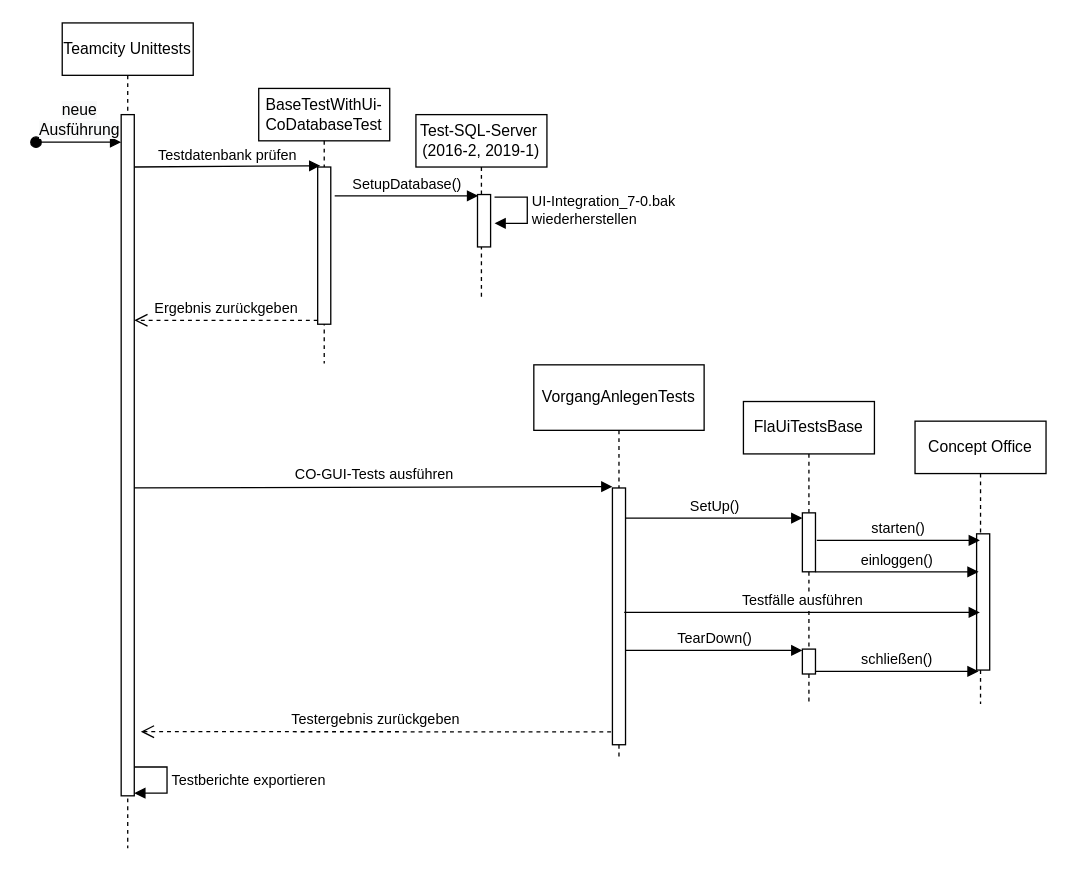
Earlier version of the draw.io diagram page "Sequendiagram" (2 of 2) of testclass diagram.drawio (tuannguyenvn/DrawIO). Source tidied: cells renumbered, new cells numbered last; positions are measured from the earlier drawing's top-left corner, leaving out a move shared by most shapes. Both pictures are drawn from the tidied source at 131%, with x=0, y=0 at pixel (35, 22).
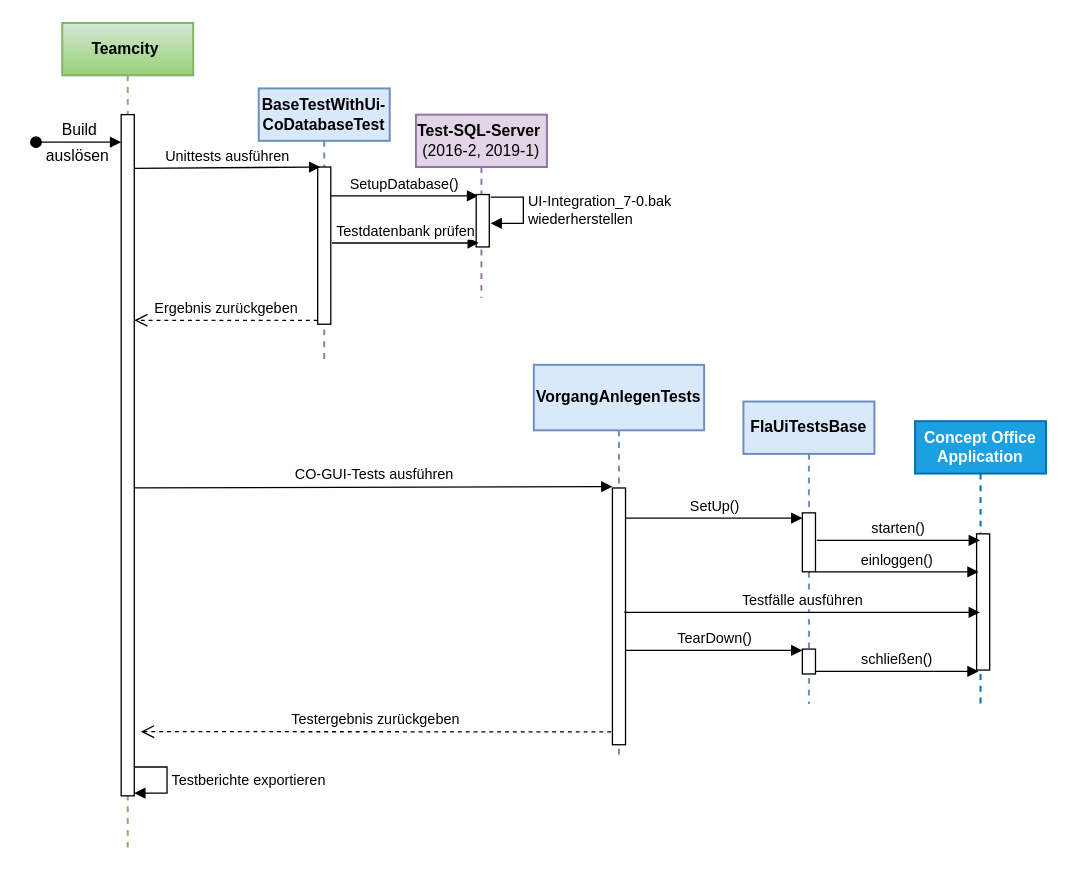
After the change.

Unchanged cells that the change refers to:
```xml
<mxCell id="14" style="html=1;points=[];perimeter=orthogonalPerimeter;" parent="13" vertex="1">
  <mxGeometry x="45" y="60" width="10" height="120" as="geometry" />
</mxCell>
```

The edit, as a diff of the source:
```diff
@@
-    <mxCell id="2" value="Concept Office" style="shape=umlLifeline;perimeter=lifelinePerimeter;whiteSpace=wrap;html=1;" parent="1" vertex="1">
+    <mxCell id="2" value="Concept Office&lt;br&gt;Application" style="shape=umlLifeline;perimeter=lifelinePerimeter;whiteSpace=wrap;html=1;fillColor=#1ba1e2;strokeColor=#006EAF;fontColor=#ffffff;strokeWidth=1.5;fontStyle=1;" parent="1" vertex="1">
       <mxGeometry x="671" y="304" width="100" height="216" as="geometry" />
     </mxCell>
@@
-    <mxCell id="4" value="&lt;span&gt;FlaUiTestsBase&lt;/span&gt;" style="shape=umlLifeline;perimeter=lifelinePerimeter;whiteSpace=wrap;html=1;" parent="1" vertex="1">
+    <mxCell id="4" value="&lt;span&gt;FlaUiTestsBase&lt;/span&gt;" style="shape=umlLifeline;perimeter=lifelinePerimeter;whiteSpace=wrap;html=1;fillColor=#dae8fc;strokeColor=#6c8ebf;strokeWidth=1.5;fontStyle=1;" parent="1" vertex="1">
       <mxGeometry x="540" y="289" width="100" height="231" as="geometry" />
     </mxCell>
@@
-    <mxCell id="8" value="&lt;span&gt;VorgangAnlegenTests&lt;/span&gt;" style="shape=umlLifeline;perimeter=lifelinePerimeter;whiteSpace=wrap;html=1;size=50;" parent="1" vertex="1">
+    <mxCell id="8" value="&lt;span&gt;VorgangAnlegenTests&lt;/span&gt;" style="shape=umlLifeline;perimeter=lifelinePerimeter;whiteSpace=wrap;html=1;size=50;fillColor=#dae8fc;strokeColor=#6c8ebf;strokeWidth=1.5;fontStyle=1;" parent="1" vertex="1">
       <mxGeometry x="380" y="261" width="130" height="300" as="geometry" />
     </mxCell>
@@
-    <mxCell id="10" value="Teamcity Unittests" style="shape=umlLifeline;perimeter=lifelinePerimeter;whiteSpace=wrap;html=1;" parent="1" vertex="1">
+    <mxCell id="10" value="Teamcity&amp;nbsp;" style="shape=umlLifeline;perimeter=lifelinePerimeter;whiteSpace=wrap;html=1;fillColor=#d5e8d4;gradientColor=#97d077;strokeColor=#82b366;strokeWidth=1.5;fontStyle=1;" parent="1" vertex="1">
       <mxGeometry x="20" width="100" height="630" as="geometry" />
     </mxCell>
@@
+    <mxCell id="29" value="auslösen" style="text;html=1;strokeColor=none;fillColor=none;align=center;verticalAlign=middle;whiteSpace=wrap;rounded=0;sketch=0;" parent="10" vertex="1">
+      <mxGeometry x="-18" y="87" width="60" height="30" as="geometry" />
+    </mxCell>
-    <mxCell id="13" value="BaseTestWithUi-CoDatabaseTest" style="shape=umlLifeline;perimeter=lifelinePerimeter;whiteSpace=wrap;html=1;" parent="1" vertex="1">
+    <mxCell id="13" value="BaseTestWithUi-CoDatabaseTest" style="shape=umlLifeline;perimeter=lifelinePerimeter;whiteSpace=wrap;html=1;fillColor=#dae8fc;strokeColor=#6c8ebf;strokeWidth=1.5;fontStyle=1;" parent="1" vertex="1">
       <mxGeometry x="170" y="50" width="100" height="210" as="geometry" />
     </mxCell>
@@
     <mxCell id="15" value="SetupDatabase()" style="html=1;verticalAlign=bottom;endArrow=block;rounded=0;" parent="13" edge="1">
       <mxGeometry relative="1" as="geometry">
-        <mxPoint x="58" y="82" as="sourcePoint" />
+        <mxPoint x="55" y="82" as="sourcePoint" />
         <mxPoint x="167.5" y="82" as="targetPoint" />
       </mxGeometry>
     </mxCell>
-    <mxCell id="16" value="Test-SQL-Server&amp;nbsp;&lt;br&gt;(2016-2, 2019-1)" style="shape=umlLifeline;perimeter=lifelinePerimeter;whiteSpace=wrap;html=1;" parent="1" vertex="1">
+    <mxCell id="16" value="&lt;b&gt;Test-SQL-Server&lt;/b&gt;&amp;nbsp;&lt;br&gt;(2016-2, 2019-1)" style="shape=umlLifeline;perimeter=lifelinePerimeter;whiteSpace=wrap;html=1;fillColor=#e1d5e7;strokeColor=#9673a6;strokeWidth=1.5;" parent="1" vertex="1">
       <mxGeometry x="290" y="70" width="100" height="140" as="geometry" />
     </mxCell>
     <mxCell id="17" style="html=1;perimeter=orthogonalPerimeter;" parent="16" vertex="1">
-      <mxGeometry x="47" y="61" width="10" height="40" as="geometry" />
+      <mxGeometry x="46" y="61" width="10" height="40" as="geometry" />
     </mxCell>
     <mxCell id="18" value="UI-Integration_7-0.bak&lt;br&gt;wiederherstellen" style="edgeStyle=orthogonalEdgeStyle;html=1;align=left;spacingLeft=2;endArrow=block;rounded=0;entryX=1;entryY=0;" parent="16" edge="1">
       <mxGeometry relative="1" as="geometry">
-        <mxPoint x="60" y="63" as="sourcePoint" />
-        <mxPoint x="60" y="83" as="targetPoint" />
+        <mxPoint x="57" y="63" as="sourcePoint" />
+        <mxPoint x="57" y="83" as="targetPoint" />
         <Array as="points">
-          <mxPoint x="85" y="63" />
+          <mxPoint x="82" y="63" />
         </Array>
       </mxGeometry>
     </mxCell>
@@
-    <mxCell id="24" value="&lt;span style=&quot;font-size: 12px ; background-color: rgb(248 , 249 , 250)&quot;&gt;neue &lt;br&gt;Ausführung&lt;/span&gt;&lt;span style=&quot;font-size: 12px ; background-color: rgb(248 , 249 , 250)&quot;&gt;&lt;br&gt;&lt;/span&gt;" style="html=1;verticalAlign=bottom;startArrow=oval;startFill=1;endArrow=block;startSize=8;rounded=0;" parent="1" edge="1">
+    <mxCell id="24" value="&lt;span style=&quot;font-size: 12px ; background-color: rgb(248 , 249 , 250)&quot;&gt;Build&lt;/span&gt;&lt;span style=&quot;font-size: 12px ; background-color: rgb(248 , 249 , 250)&quot;&gt;&lt;br&gt;&lt;/span&gt;" style="html=1;verticalAlign=bottom;startArrow=oval;startFill=1;endArrow=block;startSize=8;rounded=0;" parent="1" edge="1">
       <mxGeometry relative="1" as="geometry">
         <mxPoint y="91" as="sourcePoint" />
         <mxPoint x="65" y="91" as="targetPoint" />
       </mxGeometry>
     </mxCell>
-    <mxCell id="25" value="Testdatenbank prüfen" style="html=1;verticalAlign=bottom;endArrow=block;rounded=0;entryX=0.2;entryY=-0.008;entryDx=0;entryDy=0;entryPerimeter=0;" parent="1" edge="1" target="14">
+    <mxCell id="25" value="Unittests&amp;nbsp;ausführen" style="html=1;verticalAlign=bottom;endArrow=block;rounded=0;entryX=0.2;entryY=-0.008;entryDx=0;entryDy=0;entryPerimeter=0;" parent="1" edge="1">
       <mxGeometry relative="1" as="geometry">
-        <mxPoint x="75" y="110" as="sourcePoint" />
+        <mxPoint x="75" y="111" as="sourcePoint" />
+        <mxPoint x="217" y="110" as="targetPoint" />
       </mxGeometry>
     </mxCell>
@@
+    <mxCell id="30" value="Testdatenbank prüfen" style="html=1;verticalAlign=bottom;endArrow=block;rounded=0;entryX=0.2;entryY=-0.008;entryDx=0;entryDy=0;entryPerimeter=0;" parent="1" edge="1">
+      <mxGeometry relative="1" as="geometry">
+        <mxPoint x="226" y="168" as="sourcePoint" />
+        <mxPoint x="338" y="168" as="targetPoint" />
+      </mxGeometry>
+    </mxCell>
```
